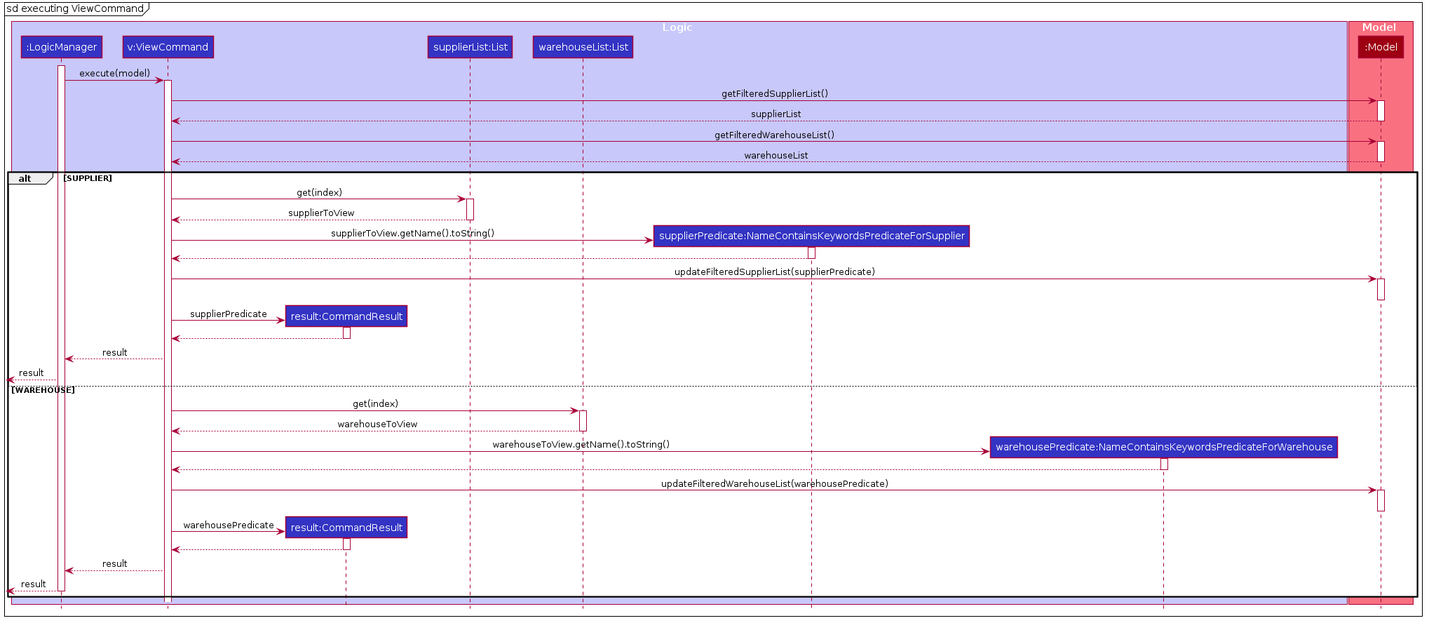
This is docs/images/ViewCommandExecutionSequenceDiagram.png from tohyuting/tp, a PlantUML export, as it was before one commit.
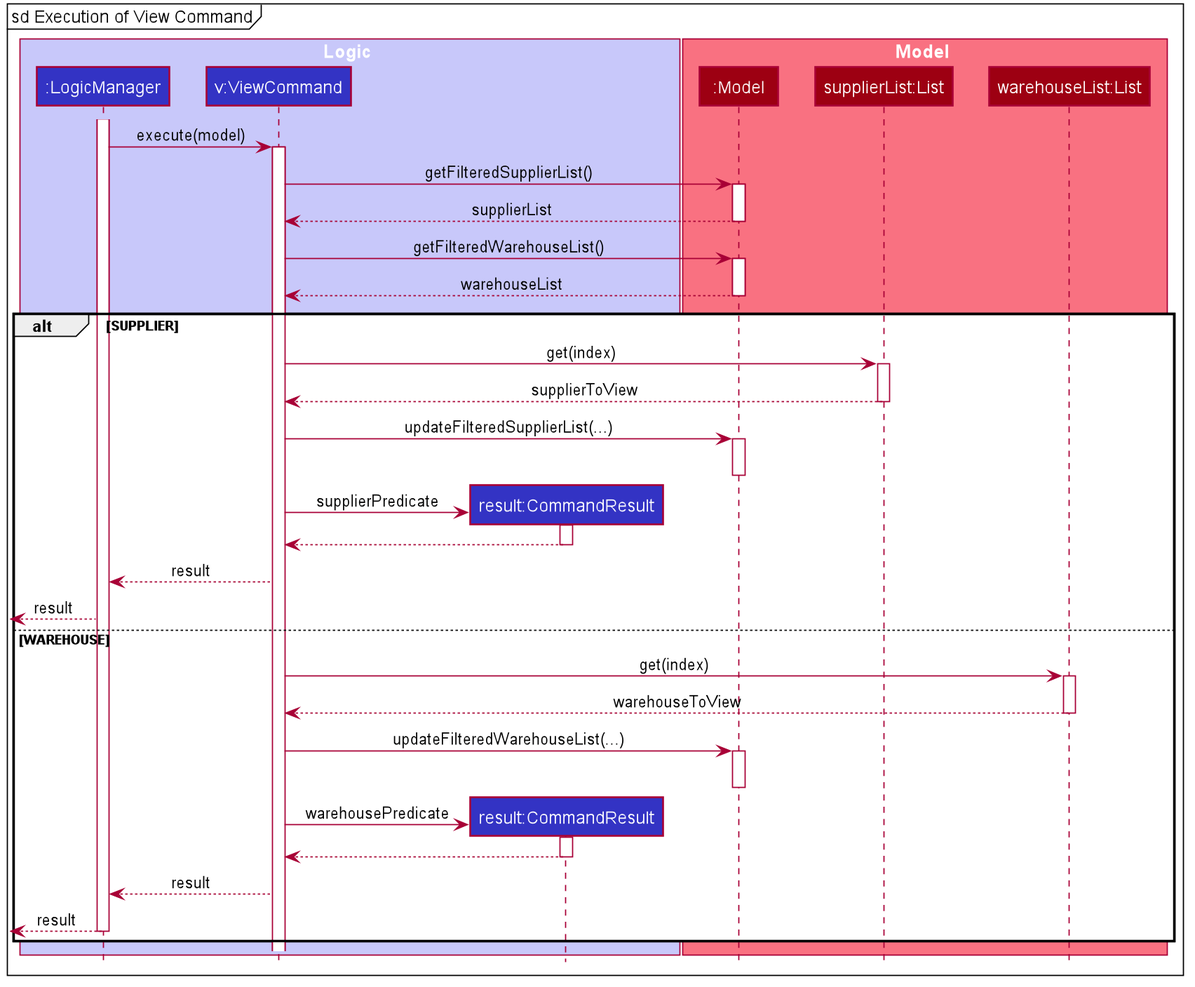
The same file after the commit.

The edit, as a diff of the source:
```diff
@@ -47,19 +47,17 @@
 hide footbox
 hide members
 hide circle
-mainframe sd executing ViewCommand
+mainframe sd Execution of View Command
 box Logic #C8C8FA
 participant ":LogicManager" as LogicManager #3333C4
 participant "v:ViewCommand" as ViewCommand #3333C4
 participant "result:CommandResult" as CommandResult #3333C4
-participant "supplierList:List" as SupplierList #3333C4
-participant "warehouseList:List" as WarehouseList #3333C4
-participant "supplierPredicate:NameContainsKeywordsPredicateForSupplier" as SupplierPredicate #3333C4
-participant "warehousePredicate:NameContainsKeywordsPredicateForWarehouse" as WarehousePredicate #3333C4
 end box
 
 box Model #F97181
 participant ":Model" as Model #9D0012
+participant "supplierList:List" as SupplierList #9D0012
+participant "warehouseList:List" as WarehouseList #9D0012
 end box
 
 activate LogicManager
@@ -82,13 +80,7 @@
 SupplierList --> ViewCommand : supplierToView
 deactivate SupplierList
 
-create SupplierPredicate
-ViewCommand -> SupplierPredicate : supplierToView.getName().toString()
-activate SupplierPredicate
-SupplierPredicate --> ViewCommand
-deactivate SupplierPredicate
-
-ViewCommand -> Model : updateFilteredSupplierList(supplierPredicate)
+ViewCommand -> Model : updateFilteredSupplierList(...)
 activate Model
 deactivate Model
 
@@ -106,13 +98,7 @@
 WarehouseList --> ViewCommand : warehouseToView
 deactivate WarehouseList
 
-create WarehousePredicate
-ViewCommand -> WarehousePredicate : warehouseToView.getName().toString()
-activate WarehousePredicate
-WarehousePredicate --> ViewCommand
-deactivate WarehousePredicate
-
-ViewCommand -> Model : updateFilteredWarehouseList(warehousePredicate)
+ViewCommand -> Model : updateFilteredWarehouseList(...)
 activate Model
 deactivate Model
 
```
